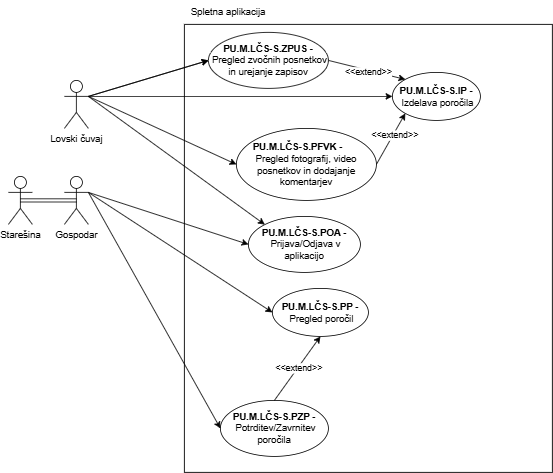
ErnestISv/Lovstvo keeps this draw.io diagram as Lovski cuvaj-Spletna aplikacija.drawio.png. Above is the earlier version. Source tidied: cells renumbered, new cells last; positions are measured from the earlier drawing's top-left corner, leaving out a move shared by most shapes. The source it was exported from:
```xml
<mxGraphModel>
  <root>
    <mxCell id="0" />
    <mxCell id="1" parent="0" />
    <mxCell id="2" style="rounded=0;whiteSpace=wrap;html=1;" parent="1" vertex="1">
      <mxGeometry x="220" y="30" width="460" height="560" as="geometry" />
    </mxCell>
    <mxCell id="3" value="Lovski čuvaj" style="shape=umlActor;verticalLabelPosition=bottom;verticalAlign=top;html=1;outlineConnect=0;" parent="1" vertex="1">
      <mxGeometry x="70" y="100" width="30" height="60" as="geometry" />
    </mxCell>
    <mxCell id="4" value="Starešina" style="shape=umlActor;verticalLabelPosition=bottom;verticalAlign=top;html=1;outlineConnect=0;" parent="1" vertex="1">
      <mxGeometry y="220" width="30" height="60" as="geometry" />
    </mxCell>
    <mxCell id="5" value="Gospodar" style="shape=umlActor;verticalLabelPosition=bottom;verticalAlign=top;html=1;outlineConnect=0;" parent="1" vertex="1">
      <mxGeometry x="70" y="220" width="30" height="60" as="geometry" />
    </mxCell>
    <mxCell id="6" value="&lt;div&gt;&lt;span style=&quot;background-color: transparent;&quot;&gt;&lt;b&gt;PU.M.LČS-S&lt;/b&gt;&lt;/span&gt;&lt;span style=&quot;background-color: transparent;&quot;&gt;&lt;b&gt;.IP -&amp;nbsp;&lt;/b&gt;&lt;/span&gt;&lt;span style=&quot;background-color: transparent; color: light-dark(rgb(0, 0, 0), rgb(255, 255, 255));&quot;&gt;Izdelava poročila&lt;/span&gt;&lt;/div&gt;" style="ellipse;whiteSpace=wrap;html=1;" parent="1" vertex="1">
      <mxGeometry x="480" y="90" width="110" height="60" as="geometry" />
    </mxCell>
    <mxCell id="7" style="endArrow=classic;html=1;rounded=0;exitX=1;exitY=0.3333333333333333;exitDx=0;exitDy=0;exitPerimeter=0;entryX=0;entryY=0.5;entryDx=0;entryDy=0;" parent="1" edge="1" source="3" target="6">
      <mxGeometry relative="1" as="geometry" />
    </mxCell>
    <mxCell id="8" value="&lt;div&gt;&lt;span style=&quot;background-color: transparent;&quot;&gt;&lt;b&gt;PU.M.LČS-S&lt;/b&gt;&lt;/span&gt;&lt;span style=&quot;background-color: transparent;&quot;&gt;&lt;b&gt;.PP -&amp;nbsp;&lt;/b&gt;&lt;/span&gt;&lt;span style=&quot;background-color: transparent; color: light-dark(rgb(0, 0, 0), rgb(255, 255, 255));&quot;&gt;Pregled poročil&lt;/span&gt;&lt;/div&gt;" style="ellipse;whiteSpace=wrap;html=1;" parent="1" vertex="1">
      <mxGeometry x="330" y="360" width="120" height="60" as="geometry" />
    </mxCell>
    <mxCell id="9" style="endArrow=classic;html=1;rounded=0;exitX=1;exitY=0.3333333333333333;exitDx=0;exitDy=0;exitPerimeter=0;entryX=0;entryY=0.5;entryDx=0;entryDy=0;" parent="1" edge="1" source="5" target="8">
      <mxGeometry relative="1" as="geometry" />
    </mxCell>
    <mxCell id="10" value="&lt;div&gt;&lt;span style=&quot;background-color: transparent;&quot;&gt;&lt;b&gt;PU.M.LČS-S&lt;/b&gt;&lt;/span&gt;&lt;span style=&quot;background-color: transparent;&quot;&gt;&lt;b&gt;.PZP -&amp;nbsp;&lt;/b&gt;&lt;/span&gt;&lt;span style=&quot;background-color: transparent; color: light-dark(rgb(0, 0, 0), rgb(255, 255, 255));&quot;&gt;Potrditev/Zavrnitev poročila&lt;/span&gt;&lt;/div&gt;" style="ellipse;whiteSpace=wrap;html=1;" parent="1" vertex="1">
      <mxGeometry x="265" y="500" width="135" height="70" as="geometry" />
    </mxCell>
    <mxCell id="11" style="endArrow=classic;html=1;rounded=0;exitX=1;exitY=0.3333333333333333;exitDx=0;exitDy=0;exitPerimeter=0;entryX=0;entryY=0.5;entryDx=0;entryDy=0;" parent="1" edge="1" source="5" target="10">
      <mxGeometry relative="1" as="geometry" />
    </mxCell>
    <mxCell id="12" value="Spletna aplikacija" style="text;html=1;align=center;verticalAlign=middle;whiteSpace=wrap;rounded=0;" parent="1" vertex="1">
      <mxGeometry x="220" width="110" height="30" as="geometry" />
    </mxCell>
    <mxCell id="13" value="&lt;div&gt;&lt;span style=&quot;background-color: transparent;&quot;&gt;&lt;b&gt;PU.M.LČS-S&lt;/b&gt;&lt;/span&gt;&lt;span style=&quot;background-color: transparent;&quot;&gt;&lt;b&gt;.POA -&amp;nbsp;&lt;/b&gt;&lt;/span&gt;&lt;span style=&quot;background-color: transparent; color: light-dark(rgb(0, 0, 0), rgb(255, 255, 255));&quot;&gt;Prijava/Odjava v aplikacijo&lt;/span&gt;&lt;/div&gt;" style="ellipse;whiteSpace=wrap;html=1;" parent="1" vertex="1">
      <mxGeometry x="300" y="270" width="140" height="70" as="geometry" />
    </mxCell>
    <mxCell id="14" style="endArrow=classic;html=1;rounded=0;entryX=0;entryY=0;entryDx=0;entryDy=0;" parent="1" edge="1" target="13">
      <mxGeometry relative="1" as="geometry">
        <mxPoint x="100" y="120" as="sourcePoint" />
      </mxGeometry>
    </mxCell>
    <mxCell id="15" value="&lt;div&gt;&lt;span style=&quot;background-color: transparent;&quot;&gt;&lt;b&gt;PU.M.LČS-S&lt;/b&gt;&lt;/span&gt;&lt;span style=&quot;background-color: transparent;&quot;&gt;&lt;b&gt;.PFVK -&lt;span style=&quot;white-space: pre;&quot;&gt;&#9;&lt;/span&gt;&lt;/b&gt;&lt;/span&gt;&lt;/div&gt;&lt;div&gt;&lt;span style=&quot;background-color: transparent; color: light-dark(rgb(0, 0, 0), rgb(255, 255, 255));&quot;&gt;Pregled fotografij, video posnetkov in dodajanje komentarjev&lt;/span&gt;&lt;/div&gt;" style="ellipse;whiteSpace=wrap;html=1;" parent="1" vertex="1">
      <mxGeometry x="285" y="160" width="175" height="90" as="geometry" />
    </mxCell>
    <mxCell id="16" style="endArrow=classic;html=1;rounded=0;exitX=1;exitY=0.3333333333333333;exitDx=0;exitDy=0;exitPerimeter=0;entryX=0;entryY=0.5;entryDx=0;entryDy=0;" parent="1" edge="1" source="3" target="15">
      <mxGeometry relative="1" as="geometry" />
    </mxCell>
    <mxCell id="17" style="endArrow=classic;html=1;rounded=0;exitX=1;exitY=0.3333333333333333;exitDx=0;exitDy=0;exitPerimeter=0;entryX=0;entryY=0.5;entryDx=0;entryDy=0;" parent="1" edge="1" source="3" target="19">
      <mxGeometry relative="1" as="geometry" />
    </mxCell>
    <mxCell id="18" style="endArrow=classic;html=1;rounded=0;exitX=1;exitY=0.3333333333333333;exitDx=0;exitDy=0;exitPerimeter=0;entryX=0;entryY=0.5;entryDx=0;entryDy=0;" parent="1" edge="1" source="3" target="19">
      <mxGeometry relative="1" as="geometry" />
    </mxCell>
    <mxCell id="19" value="&lt;div&gt;&lt;span style=&quot;background-color: transparent;&quot;&gt;&lt;b&gt;PU.M.LČS-S&lt;/b&gt;&lt;/span&gt;&lt;span style=&quot;background-color: transparent;&quot;&gt;&lt;b&gt;.ZPUS -&amp;nbsp;&lt;/b&gt;&lt;/span&gt;&lt;span style=&quot;background-color: transparent; color: light-dark(rgb(0, 0, 0), rgb(255, 255, 255));&quot;&gt;Pregled zvočnih posnetkov in urejanje zapisov&lt;/span&gt;&lt;/div&gt;" style="ellipse;whiteSpace=wrap;html=1;" parent="1" vertex="1">
      <mxGeometry x="250" y="40" width="150" height="70" as="geometry" />
    </mxCell>
    <mxCell id="20" style="endArrow=classic;html=1;rounded=0;exitX=1;exitY=0.3333333333333333;exitDx=0;exitDy=0;exitPerimeter=0;entryX=0;entryY=0.5;entryDx=0;entryDy=0;" parent="1" edge="1" source="5" target="13">
      <mxGeometry relative="1" as="geometry" />
    </mxCell>
    <mxCell id="21" style="endArrow=classic;html=1;rounded=0;exitX=1;exitY=0.5;exitDx=0;exitDy=0;entryX=0;entryY=0;entryDx=0;entryDy=0;" parent="1" edge="1" source="19" target="6">
      <mxGeometry relative="1" as="geometry" />
    </mxCell>
    <mxCell id="22" value="&amp;lt;&amp;lt;extend&amp;gt;&amp;gt;" style="edgeLabel;html=1;align=center;verticalAlign=middle;" parent="21" vertex="1">
      <mxGeometry x="0.18" y="-2" relative="1" as="geometry">
        <mxPoint x="-6" y="-1" as="offset" />
      </mxGeometry>
    </mxCell>
    <mxCell id="23" style="endArrow=classic;html=1;rounded=0;exitX=1;exitY=0.5;exitDx=0;exitDy=0;entryX=0;entryY=1;entryDx=0;entryDy=0;" parent="1" edge="1" source="15" target="6">
      <mxGeometry relative="1" as="geometry" />
    </mxCell>
    <mxCell id="24" value="&amp;lt;&amp;lt;extend&amp;gt;&amp;gt;" style="edgeLabel;html=1;align=center;verticalAlign=middle;" parent="23" vertex="1">
      <mxGeometry x="0.18" y="-2" relative="1" as="geometry" />
    </mxCell>
    <mxCell id="25" style="endArrow=classic;html=1;rounded=0;exitX=0.5;exitY=0;exitDx=0;exitDy=0;entryX=0.5;entryY=1;entryDx=0;entryDy=0;" parent="1" edge="1" source="10" target="8">
      <mxGeometry relative="1" as="geometry" />
    </mxCell>
    <mxCell id="26" value="&amp;lt;&amp;lt;extend&amp;gt;&amp;gt;" style="edgeLabel;html=1;align=center;verticalAlign=middle;" parent="25" vertex="1">
      <mxGeometry x="0.02" y="-1" relative="1" as="geometry" />
    </mxCell>
    <mxCell id="27" style="edgeStyle=orthogonalEdgeStyle;shape=link;rounded=0;jettySize=auto;html=1;exitX=0.5;exitY=0.5;exitDx=0;exitDy=0;exitPerimeter=0;entryX=0.5;entryY=0.5;entryDx=0;entryDy=0;entryPerimeter=0;" parent="1" edge="1" source="4" target="5">
      <mxGeometry relative="1" as="geometry" />
    </mxCell>
  </root>
</mxGraphModel>
```
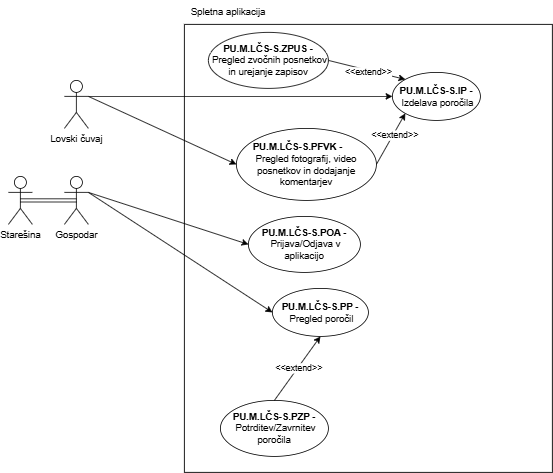
After the change.

What changed in the source:
```diff
@@ -29,32 +29,18 @@
     <mxCell id="10" value="&lt;div&gt;&lt;span style=&quot;background-color: transparent;&quot;&gt;&lt;b&gt;PU.M.LČS-S&lt;/b&gt;&lt;/span&gt;&lt;span style=&quot;background-color: transparent;&quot;&gt;&lt;b&gt;.PZP -&amp;nbsp;&lt;/b&gt;&lt;/span&gt;&lt;span style=&quot;background-color: transparent; color: light-dark(rgb(0, 0, 0), rgb(255, 255, 255));&quot;&gt;Potrditev/Zavrnitev poročila&lt;/span&gt;&lt;/div&gt;" style="ellipse;whiteSpace=wrap;html=1;" parent="1" vertex="1">
       <mxGeometry x="265" y="500" width="135" height="70" as="geometry" />
     </mxCell>
-    <mxCell id="11" style="endArrow=classic;html=1;rounded=0;exitX=1;exitY=0.3333333333333333;exitDx=0;exitDy=0;exitPerimeter=0;entryX=0;entryY=0.5;entryDx=0;entryDy=0;" parent="1" edge="1" source="5" target="10">
-      <mxGeometry relative="1" as="geometry" />
-    </mxCell>
     <mxCell id="12" value="Spletna aplikacija" style="text;html=1;align=center;verticalAlign=middle;whiteSpace=wrap;rounded=0;" parent="1" vertex="1">
       <mxGeometry x="220" width="110" height="30" as="geometry" />
     </mxCell>
     <mxCell id="13" value="&lt;div&gt;&lt;span style=&quot;background-color: transparent;&quot;&gt;&lt;b&gt;PU.M.LČS-S&lt;/b&gt;&lt;/span&gt;&lt;span style=&quot;background-color: transparent;&quot;&gt;&lt;b&gt;.POA -&amp;nbsp;&lt;/b&gt;&lt;/span&gt;&lt;span style=&quot;background-color: transparent; color: light-dark(rgb(0, 0, 0), rgb(255, 255, 255));&quot;&gt;Prijava/Odjava v aplikacijo&lt;/span&gt;&lt;/div&gt;" style="ellipse;whiteSpace=wrap;html=1;" parent="1" vertex="1">
       <mxGeometry x="300" y="270" width="140" height="70" as="geometry" />
     </mxCell>
-    <mxCell id="14" style="endArrow=classic;html=1;rounded=0;entryX=0;entryY=0;entryDx=0;entryDy=0;" parent="1" edge="1" target="13">
-      <mxGeometry relative="1" as="geometry">
-        <mxPoint x="100" y="120" as="sourcePoint" />
-      </mxGeometry>
-    </mxCell>
     <mxCell id="15" value="&lt;div&gt;&lt;span style=&quot;background-color: transparent;&quot;&gt;&lt;b&gt;PU.M.LČS-S&lt;/b&gt;&lt;/span&gt;&lt;span style=&quot;background-color: transparent;&quot;&gt;&lt;b&gt;.PFVK -&lt;span style=&quot;white-space: pre;&quot;&gt;&#9;&lt;/span&gt;&lt;/b&gt;&lt;/span&gt;&lt;/div&gt;&lt;div&gt;&lt;span style=&quot;background-color: transparent; color: light-dark(rgb(0, 0, 0), rgb(255, 255, 255));&quot;&gt;Pregled fotografij, video posnetkov in dodajanje komentarjev&lt;/span&gt;&lt;/div&gt;" style="ellipse;whiteSpace=wrap;html=1;" parent="1" vertex="1">
       <mxGeometry x="285" y="160" width="175" height="90" as="geometry" />
     </mxCell>
     <mxCell id="16" style="endArrow=classic;html=1;rounded=0;exitX=1;exitY=0.3333333333333333;exitDx=0;exitDy=0;exitPerimeter=0;entryX=0;entryY=0.5;entryDx=0;entryDy=0;" parent="1" edge="1" source="3" target="15">
       <mxGeometry relative="1" as="geometry" />
     </mxCell>
-    <mxCell id="17" style="endArrow=classic;html=1;rounded=0;exitX=1;exitY=0.3333333333333333;exitDx=0;exitDy=0;exitPerimeter=0;entryX=0;entryY=0.5;entryDx=0;entryDy=0;" parent="1" edge="1" source="3" target="19">
-      <mxGeometry relative="1" as="geometry" />
-    </mxCell>
-    <mxCell id="18" style="endArrow=classic;html=1;rounded=0;exitX=1;exitY=0.3333333333333333;exitDx=0;exitDy=0;exitPerimeter=0;entryX=0;entryY=0.5;entryDx=0;entryDy=0;" parent="1" edge="1" source="3" target="19">
-      <mxGeometry relative="1" as="geometry" />
-    </mxCell>
     <mxCell id="19" value="&lt;div&gt;&lt;span style=&quot;background-color: transparent;&quot;&gt;&lt;b&gt;PU.M.LČS-S&lt;/b&gt;&lt;/span&gt;&lt;span style=&quot;background-color: transparent;&quot;&gt;&lt;b&gt;.ZPUS -&amp;nbsp;&lt;/b&gt;&lt;/span&gt;&lt;span style=&quot;background-color: transparent; color: light-dark(rgb(0, 0, 0), rgb(255, 255, 255));&quot;&gt;Pregled zvočnih posnetkov in urejanje zapisov&lt;/span&gt;&lt;/div&gt;" style="ellipse;whiteSpace=wrap;html=1;" parent="1" vertex="1">
       <mxGeometry x="250" y="40" width="150" height="70" as="geometry" />
     </mxCell>
```
